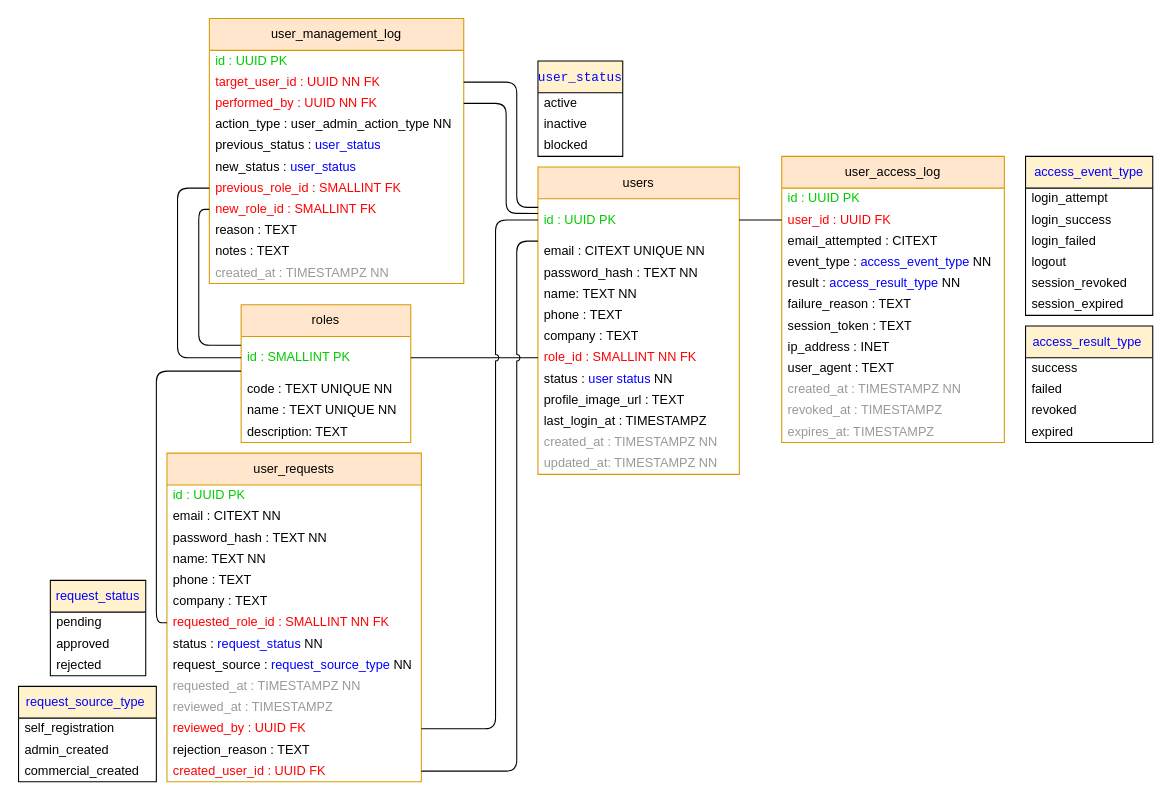
The draw.io diagram docs/docs/figures/UML/MCD/M1_BD.drawio in MadaoSurmanito/app-tfg, before the edit. Source tidied: cells renumbered, new cells numbered last; positions are measured from the earlier drawing's top-left corner, leaving out a move shared by most shapes. Both pictures are drawn from the tidied source at 106%, with x=0, y=0 at pixel (18, 18).
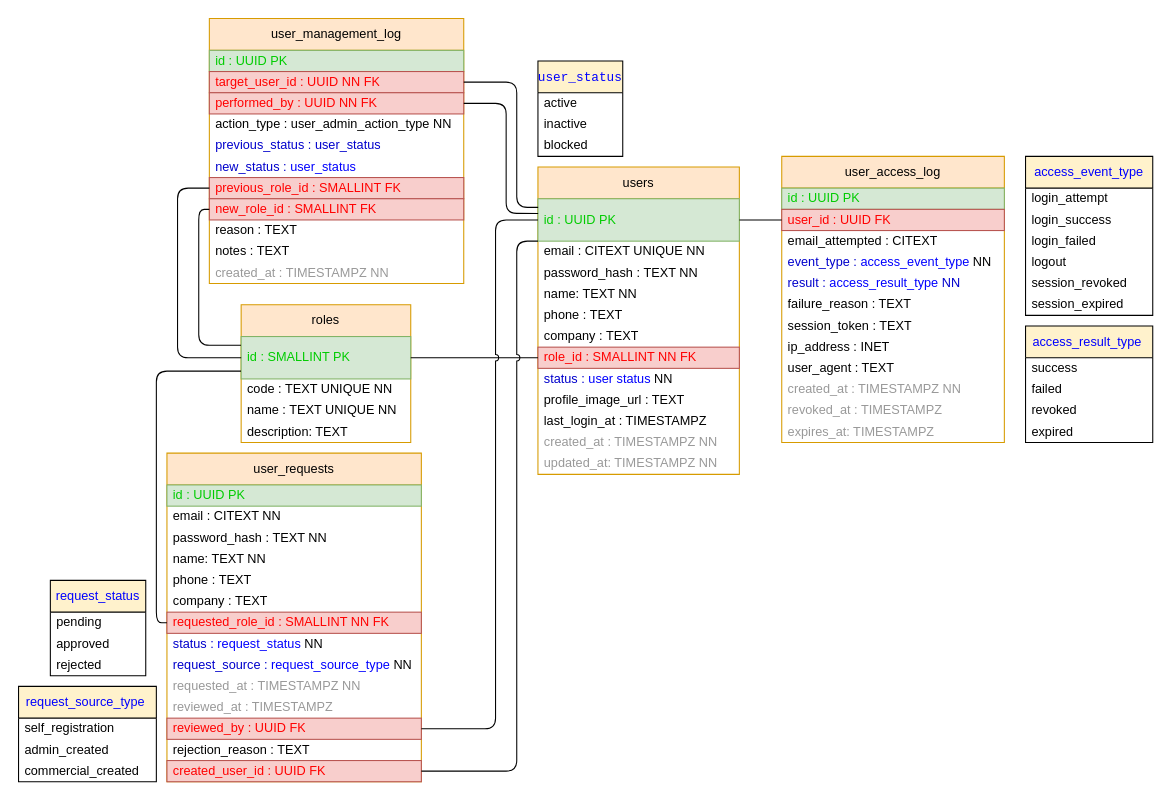
Above is the later version.

The change refers to these unchanged cells:
```xml
<mxCell id="2" value="users" style="swimlane;fontStyle=0;horizontal=1;startSize=30;whiteSpace=wrap;html=1;fillColor=#ffe6cc;strokeColor=#d79b00;" parent="1" vertex="1">
  <mxGeometry x="490" y="140" width="190" height="290" as="geometry" />
</mxCell>
<mxCell id="19" value="user_requests" style="swimlane;fontStyle=0;horizontal=1;startSize=30;whiteSpace=wrap;html=1;fillColor=#ffe6cc;strokeColor=#d79b00;" parent="1" vertex="1">
  <mxGeometry x="140" y="410" width="240" height="310" as="geometry" />
</mxCell>
<mxCell id="38" value="roles" style="swimlane;fontStyle=0;horizontal=1;startSize=30;whiteSpace=wrap;html=1;fillColor=#ffe6cc;strokeColor=#d79b00;" parent="1" vertex="1">
  <mxGeometry x="210" y="270" width="160" height="130" as="geometry" />
</mxCell>
<mxCell id="47" value="user_management_log" style="swimlane;fontStyle=0;horizontal=1;startSize=30;whiteSpace=wrap;html=1;fillColor=#ffe6cc;strokeColor=#d79b00;" parent="1" vertex="1">
  <mxGeometry x="180" width="240" height="250" as="geometry" />
</mxCell>
<mxCell id="62" value="user_access_log" style="swimlane;fontStyle=0;horizontal=1;startSize=30;whiteSpace=wrap;html=1;fillColor=#ffe6cc;strokeColor=#d79b00;" parent="1" vertex="1">
  <mxGeometry x="720" y="130" width="210" height="270" as="geometry" />
</mxCell>
```

What changed in the source:
```diff
@@
-    <mxCell id="3" value="&lt;font color=&quot;#00cc00&quot;&gt;id : UUID PK&lt;/font&gt;" style="text;strokeColor=none;fillColor=none;align=left;verticalAlign=middle;spacingLeft=4;spacingRight=4;overflow=hidden;points=[[0,0.5],[1,0.5]];portConstraint=eastwest;whiteSpace=wrap;html=1;" parent="2" vertex="1">
+    <mxCell id="3" value="&lt;font color=&quot;#00cc00&quot;&gt;id : UUID PK&lt;/font&gt;" style="text;strokeColor=#82b366;fillColor=#d5e8d4;align=left;verticalAlign=middle;spacingLeft=4;spacingRight=4;overflow=hidden;points=[[0,0.5],[1,0.5]];portConstraint=eastwest;whiteSpace=wrap;html=1;" parent="2" vertex="1">
       <mxGeometry y="30" width="190" height="40" as="geometry" />
     </mxCell>
@@
-    <mxCell id="9" value="&lt;font color=&quot;#ff0000&quot;&gt;role_id : SMALLINT NN FK&lt;/font&gt;" style="text;strokeColor=none;fillColor=none;align=left;verticalAlign=middle;spacingLeft=4;spacingRight=4;overflow=hidden;points=[[0,0.5],[1,0.5]];portConstraint=eastwest;whiteSpace=wrap;html=1;" parent="2" vertex="1">
+    <mxCell id="9" value="&lt;font color=&quot;#ff0000&quot;&gt;role_id : SMALLINT NN FK&lt;/font&gt;" style="text;strokeColor=#b85450;fillColor=#f8cecc;align=left;verticalAlign=middle;spacingLeft=4;spacingRight=4;overflow=hidden;points=[[0,0.5],[1,0.5]];portConstraint=eastwest;whiteSpace=wrap;html=1;" parent="2" vertex="1">
       <mxGeometry y="170" width="190" height="20" as="geometry" />
     </mxCell>
-    <mxCell id="10" value="status :&amp;nbsp;&lt;span style=&quot;color: rgb(0, 0, 255);&quot;&gt;user status&lt;/span&gt;&amp;nbsp;&lt;span style=&quot;color: rgb(0, 0, 0); text-align: center;&quot;&gt;NN&lt;/span&gt;" style="text;strokeColor=none;fillColor=none;align=left;verticalAlign=middle;spacingLeft=4;spacingRight=4;overflow=hidden;whiteSpace=wrap;html=1;" parent="2" vertex="1">
+    <mxCell id="10" value="&lt;font style=&quot;color: rgb(0, 0, 204);&quot;&gt;status :&amp;nbsp;&lt;span style=&quot;color: rgb(0, 0, 255);&quot;&gt;user status&lt;/span&gt;&amp;nbsp;&lt;span style=&quot;text-align: center; color: rgb(0, 0, 0);&quot;&gt;NN&lt;/span&gt;&lt;/font&gt;" style="text;strokeColor=none;fillColor=none;align=left;verticalAlign=middle;spacingLeft=4;spacingRight=4;overflow=hidden;whiteSpace=wrap;html=1;" parent="2" vertex="1">
       <mxGeometry y="190" width="190" height="20" as="geometry" />
     </mxCell>
@@
-    <mxCell id="20" value="&lt;font color=&quot;#00cc00&quot;&gt;&lt;span style=&quot;color: rgb(0, 204, 0);&quot;&gt;id&amp;nbsp;&lt;/span&gt;: UUID PK&lt;/font&gt;" style="text;strokeColor=none;fillColor=none;align=left;verticalAlign=middle;spacingLeft=4;spacingRight=4;overflow=hidden;whiteSpace=wrap;html=1;" parent="19" vertex="1">
+    <mxCell id="20" value="&lt;font color=&quot;#00cc00&quot;&gt;&lt;span style=&quot;color: rgb(0, 204, 0);&quot;&gt;id&amp;nbsp;&lt;/span&gt;: UUID PK&lt;/font&gt;" style="text;strokeColor=#82b366;fillColor=#d5e8d4;align=left;verticalAlign=middle;spacingLeft=4;spacingRight=4;overflow=hidden;whiteSpace=wrap;html=1;" parent="19" vertex="1">
       <mxGeometry y="30" width="240" height="20" as="geometry" />
     </mxCell>
@@
-    <mxCell id="26" value="&lt;font color=&quot;#ff0000&quot;&gt;requested_role_id&amp;nbsp;: SMALLINT NN FK&lt;/font&gt;" style="text;strokeColor=none;fillColor=none;align=left;verticalAlign=middle;spacingLeft=4;spacingRight=4;overflow=hidden;points=[[0,0.5],[1,0.5]];portConstraint=eastwest;whiteSpace=wrap;html=1;" parent="19" vertex="1">
+    <mxCell id="26" value="&lt;font color=&quot;#ff0000&quot;&gt;requested_role_id&amp;nbsp;: SMALLINT NN FK&lt;/font&gt;" style="text;strokeColor=#b85450;fillColor=#f8cecc;align=left;verticalAlign=middle;spacingLeft=4;spacingRight=4;overflow=hidden;points=[[0,0.5],[1,0.5]];portConstraint=eastwest;whiteSpace=wrap;html=1;" parent="19" vertex="1">
       <mxGeometry y="150" width="240" height="20" as="geometry" />
     </mxCell>
-    <mxCell id="27" value="status :&amp;nbsp;&lt;span style=&quot;text-align: center; color: rgb(0, 0, 0);&quot;&gt;&lt;font style=&quot;color: rgb(0, 0, 255);&quot;&gt;request_status &lt;/font&gt;&lt;/span&gt;&lt;span style=&quot;color: rgb(0, 0, 0); text-align: center;&quot;&gt;NN&lt;/span&gt;" style="text;strokeColor=none;fillColor=none;align=left;verticalAlign=middle;spacingLeft=4;spacingRight=4;overflow=hidden;whiteSpace=wrap;html=1;" parent="19" vertex="1">
+    <mxCell id="27" value="&lt;font style=&quot;color: rgb(0, 0, 204);&quot;&gt;status :&amp;nbsp;&lt;span style=&quot;text-align: center; color: rgb(0, 0, 0);&quot;&gt;&lt;font style=&quot;color: rgb(0, 0, 255);&quot;&gt;request_status &lt;/font&gt;&lt;/span&gt;&lt;span style=&quot;text-align: center; color: rgb(0, 0, 0);&quot;&gt;NN&lt;/span&gt;&lt;/font&gt;" style="text;strokeColor=none;fillColor=none;align=left;verticalAlign=middle;spacingLeft=4;spacingRight=4;overflow=hidden;whiteSpace=wrap;html=1;" parent="19" vertex="1">
       <mxGeometry y="170" width="240" height="20" as="geometry" />
     </mxCell>
-    <mxCell id="28" value="request_source : &lt;font style=&quot;color: rgb(0, 0, 255);&quot;&gt;request_source_type&amp;nbsp;&lt;/font&gt;&lt;span style=&quot;color: rgb(0, 0, 0); text-align: center;&quot;&gt;NN&lt;/span&gt;" style="text;strokeColor=none;fillColor=none;align=left;verticalAlign=middle;spacingLeft=4;spacingRight=4;overflow=hidden;whiteSpace=wrap;html=1;" parent="19" vertex="1">
+    <mxCell id="28" value="&lt;font style=&quot;color: rgb(0, 0, 204);&quot;&gt;request_source : &lt;font style=&quot;color: rgb(0, 0, 255);&quot;&gt;request_source_type&amp;nbsp;&lt;/font&gt;&lt;span style=&quot;text-align: center; color: rgb(0, 0, 0);&quot;&gt;NN&lt;/span&gt;&lt;/font&gt;" style="text;strokeColor=none;fillColor=none;align=left;verticalAlign=middle;spacingLeft=4;spacingRight=4;overflow=hidden;whiteSpace=wrap;html=1;" parent="19" vertex="1">
       <mxGeometry y="190" width="240" height="20" as="geometry" />
     </mxCell>
@@
-    <mxCell id="31" value="&lt;font color=&quot;#ff0000&quot;&gt;reviewed_by : UUID FK&lt;/font&gt;" style="text;strokeColor=none;fillColor=none;align=left;verticalAlign=middle;spacingLeft=4;spacingRight=4;overflow=hidden;points=[[0,0.5],[1,0.5]];portConstraint=eastwest;whiteSpace=wrap;html=1;" parent="19" vertex="1">
+    <mxCell id="31" value="&lt;font color=&quot;#ff0000&quot;&gt;reviewed_by : UUID FK&lt;/font&gt;" style="text;strokeColor=#b85450;fillColor=#f8cecc;align=left;verticalAlign=middle;spacingLeft=4;spacingRight=4;overflow=hidden;points=[[0,0.5],[1,0.5]];portConstraint=eastwest;whiteSpace=wrap;html=1;" parent="19" vertex="1">
       <mxGeometry y="250" width="240" height="20" as="geometry" />
     </mxCell>
@@
-    <mxCell id="33" value="&lt;font color=&quot;#ff0000&quot;&gt;created_user_id : UUID FK&lt;/font&gt;" style="text;strokeColor=none;fillColor=none;align=left;verticalAlign=middle;spacingLeft=4;spacingRight=4;overflow=hidden;points=[[0,0.5],[1,0.5]];portConstraint=eastwest;whiteSpace=wrap;html=1;" parent="19" vertex="1">
+    <mxCell id="33" value="&lt;font color=&quot;#ff0000&quot;&gt;created_user_id : UUID FK&lt;/font&gt;" style="text;strokeColor=#b85450;fillColor=#f8cecc;align=left;verticalAlign=middle;spacingLeft=4;spacingRight=4;overflow=hidden;points=[[0,0.5],[1,0.5]];portConstraint=eastwest;whiteSpace=wrap;html=1;" parent="19" vertex="1">
       <mxGeometry y="290" width="240" height="20" as="geometry" />
     </mxCell>
@@
-    <mxCell id="39" value="&lt;font color=&quot;#00cc00&quot;&gt;id : SMALLINT PK&lt;/font&gt;" style="text;strokeColor=none;fillColor=none;align=left;verticalAlign=middle;spacingLeft=4;spacingRight=4;overflow=hidden;points=[[0,0.5],[1,0.5]];portConstraint=eastwest;whiteSpace=wrap;html=1;" parent="38" vertex="1">
+    <mxCell id="39" value="&lt;font color=&quot;#00cc00&quot;&gt;id : SMALLINT PK&lt;/font&gt;" style="text;strokeColor=#82b366;fillColor=#d5e8d4;align=left;verticalAlign=middle;spacingLeft=4;spacingRight=4;overflow=hidden;points=[[0,0.5],[1,0.5]];portConstraint=eastwest;whiteSpace=wrap;html=1;" parent="38" vertex="1">
       <mxGeometry y="30" width="160" height="40" as="geometry" />
     </mxCell>
@@
-    <mxCell id="48" value="&lt;font color=&quot;#00cc00&quot;&gt;id : UUID PK&lt;/font&gt;" style="text;strokeColor=none;fillColor=none;align=left;verticalAlign=middle;spacingLeft=4;spacingRight=4;overflow=hidden;whiteSpace=wrap;html=1;" parent="47" vertex="1">
+    <mxCell id="48" value="&lt;font color=&quot;#00cc00&quot;&gt;id : UUID PK&lt;/font&gt;" style="text;strokeColor=#82b366;fillColor=#d5e8d4;align=left;verticalAlign=middle;spacingLeft=4;spacingRight=4;overflow=hidden;whiteSpace=wrap;html=1;" parent="47" vertex="1">
       <mxGeometry y="30" width="240" height="20" as="geometry" />
     </mxCell>
-    <mxCell id="49" value="&lt;font color=&quot;#ff0000&quot;&gt;target_user_id : UUID NN FK&lt;/font&gt;" style="text;strokeColor=none;fillColor=none;align=left;verticalAlign=middle;spacingLeft=4;spacingRight=4;overflow=hidden;points=[[0,0.5],[1,0.5]];portConstraint=eastwest;whiteSpace=wrap;html=1;" parent="47" vertex="1">
+    <mxCell id="49" value="&lt;font color=&quot;#ff0000&quot;&gt;target_user_id : UUID NN FK&lt;/font&gt;" style="text;strokeColor=#b85450;fillColor=#f8cecc;align=left;verticalAlign=middle;spacingLeft=4;spacingRight=4;overflow=hidden;points=[[0,0.5],[1,0.5]];portConstraint=eastwest;whiteSpace=wrap;html=1;" parent="47" vertex="1">
       <mxGeometry y="50" width="240" height="20" as="geometry" />
     </mxCell>
-    <mxCell id="50" value="&lt;font color=&quot;#ff0000&quot;&gt;performed_by : UUID NN FK&lt;/font&gt;" style="text;strokeColor=none;fillColor=none;align=left;verticalAlign=middle;spacingLeft=4;spacingRight=4;overflow=hidden;points=[[0,0.5],[1,0.5]];portConstraint=eastwest;whiteSpace=wrap;html=1;" parent="47" vertex="1">
+    <mxCell id="50" value="&lt;font color=&quot;#ff0000&quot;&gt;performed_by : UUID NN FK&lt;/font&gt;" style="text;strokeColor=#b85450;fillColor=#f8cecc;align=left;verticalAlign=middle;spacingLeft=4;spacingRight=4;overflow=hidden;points=[[0,0.5],[1,0.5]];portConstraint=eastwest;whiteSpace=wrap;html=1;" parent="47" vertex="1">
       <mxGeometry y="70" width="240" height="20" as="geometry" />
     </mxCell>
@@
-    <mxCell id="52" value="previous_status : &lt;font color=&quot;#0000ff&quot;&gt;user_status&lt;/font&gt;" style="text;strokeColor=none;fillColor=none;align=left;verticalAlign=middle;spacingLeft=4;spacingRight=4;overflow=hidden;whiteSpace=wrap;html=1;" parent="47" vertex="1">
+    <mxCell id="52" value="&lt;font&gt;&lt;font style=&quot;color: rgb(0, 0, 204);&quot;&gt;previous_status : &lt;/font&gt;&lt;font style=&quot;color: rgb(0, 0, 204);&quot;&gt;user_status&lt;/font&gt;&lt;/font&gt;" style="text;strokeColor=none;fillColor=none;align=left;verticalAlign=middle;spacingLeft=4;spacingRight=4;overflow=hidden;whiteSpace=wrap;html=1;" parent="47" vertex="1">
       <mxGeometry y="110" width="240" height="20" as="geometry" />
     </mxCell>
-    <mxCell id="53" value="new_status :&amp;nbsp;&lt;span style=&quot;color: rgb(0, 0, 255);&quot;&gt;user_status&lt;/span&gt;" style="text;strokeColor=none;fillColor=none;align=left;verticalAlign=middle;spacingLeft=4;spacingRight=4;overflow=hidden;whiteSpace=wrap;html=1;" parent="47" vertex="1">
+    <mxCell id="53" value="&lt;font style=&quot;color: rgb(0, 0, 204);&quot;&gt;new_status :&amp;nbsp;&lt;span style=&quot;color: rgb(0, 0, 255);&quot;&gt;user_status&lt;/span&gt;&lt;/font&gt;" style="text;strokeColor=none;fillColor=none;align=left;verticalAlign=middle;spacingLeft=4;spacingRight=4;overflow=hidden;whiteSpace=wrap;html=1;" parent="47" vertex="1">
       <mxGeometry y="130" width="240" height="20" as="geometry" />
     </mxCell>
-    <mxCell id="54" value="&lt;font color=&quot;#ff0000&quot;&gt;previous_role_id : SMALLINT FK&lt;/font&gt;" style="text;strokeColor=none;fillColor=none;align=left;verticalAlign=middle;spacingLeft=4;spacingRight=4;overflow=hidden;points=[[0,0.5],[1,0.5]];portConstraint=eastwest;whiteSpace=wrap;html=1;" parent="47" vertex="1">
+    <mxCell id="54" value="&lt;font color=&quot;#ff0000&quot;&gt;previous_role_id : SMALLINT FK&lt;/font&gt;" style="text;strokeColor=#b85450;fillColor=#f8cecc;align=left;verticalAlign=middle;spacingLeft=4;spacingRight=4;overflow=hidden;points=[[0,0.5],[1,0.5]];portConstraint=eastwest;whiteSpace=wrap;html=1;" parent="47" vertex="1">
       <mxGeometry y="150" width="240" height="20" as="geometry" />
     </mxCell>
-    <mxCell id="55" value="&lt;font color=&quot;#ff0000&quot;&gt;new_role_id : SMALLINT FK&lt;/font&gt;" style="text;strokeColor=none;fillColor=none;align=left;verticalAlign=middle;spacingLeft=4;spacingRight=4;overflow=hidden;points=[[0,0.5],[1,0.5]];portConstraint=eastwest;whiteSpace=wrap;html=1;" parent="47" vertex="1">
+    <mxCell id="55" value="&lt;font color=&quot;#ff0000&quot;&gt;new_role_id : SMALLINT FK&lt;/font&gt;" style="text;strokeColor=#b85450;fillColor=#f8cecc;align=left;verticalAlign=middle;spacingLeft=4;spacingRight=4;overflow=hidden;points=[[0,0.5],[1,0.5]];portConstraint=eastwest;whiteSpace=wrap;html=1;" parent="47" vertex="1">
       <mxGeometry y="170" width="240" height="20" as="geometry" />
     </mxCell>
@@
-    <mxCell id="63" value="&lt;font color=&quot;#00cc00&quot;&gt;id : UUID PK&lt;/font&gt;" style="text;strokeColor=none;fillColor=none;align=left;verticalAlign=middle;spacingLeft=4;spacingRight=4;overflow=hidden;whiteSpace=wrap;html=1;" parent="62" vertex="1">
+    <mxCell id="63" value="&lt;font color=&quot;#00cc00&quot;&gt;id : UUID PK&lt;/font&gt;" style="text;strokeColor=#82b366;fillColor=#d5e8d4;align=left;verticalAlign=middle;spacingLeft=4;spacingRight=4;overflow=hidden;whiteSpace=wrap;html=1;" parent="62" vertex="1">
       <mxGeometry y="30" width="210" height="20" as="geometry" />
     </mxCell>
-    <mxCell id="64" value="&lt;font style=&quot;color: rgb(255, 0, 0);&quot;&gt;user_id : UUID FK&lt;/font&gt;" style="text;strokeColor=none;fillColor=none;align=left;verticalAlign=middle;spacingLeft=4;spacingRight=4;overflow=hidden;points=[[0,0.5],[1,0.5]];portConstraint=eastwest;whiteSpace=wrap;html=1;" parent="62" vertex="1">
+    <mxCell id="64" value="&lt;font style=&quot;color: rgb(255, 0, 0);&quot;&gt;user_id : UUID FK&lt;/font&gt;" style="text;strokeColor=#b85450;fillColor=#f8cecc;align=left;verticalAlign=middle;spacingLeft=4;spacingRight=4;overflow=hidden;points=[[0,0.5],[1,0.5]];portConstraint=eastwest;whiteSpace=wrap;html=1;" parent="62" vertex="1">
       <mxGeometry y="50" width="210" height="20" as="geometry" />
     </mxCell>
@@
-    <mxCell id="66" value="event_type : &lt;font style=&quot;color: rgb(0, 0, 255);&quot;&gt;access_event_type &lt;/font&gt;&lt;font style=&quot;color: rgb(0, 0, 0);&quot;&gt;NN&lt;/font&gt;" style="text;strokeColor=none;fillColor=none;align=left;verticalAlign=middle;spacingLeft=4;spacingRight=4;overflow=hidden;whiteSpace=wrap;html=1;" parent="62" vertex="1">
+    <mxCell id="66" value="&lt;font style=&quot;color: rgb(0, 0, 204);&quot;&gt;event_type : &lt;font style=&quot;color: rgb(0, 0, 255);&quot;&gt;access_event_type &lt;/font&gt;&lt;font style=&quot;color: rgb(0, 0, 0);&quot;&gt;NN&lt;/font&gt;&lt;/font&gt;" style="text;strokeColor=none;fillColor=none;align=left;verticalAlign=middle;spacingLeft=4;spacingRight=4;overflow=hidden;whiteSpace=wrap;html=1;" parent="62" vertex="1">
       <mxGeometry y="90" width="210" height="20" as="geometry" />
     </mxCell>
-    <mxCell id="67" value="result :&amp;nbsp;&lt;span style=&quot;color: rgb(0, 0, 255);&quot;&gt;access_result_type&amp;nbsp;&lt;/span&gt;NN" style="text;strokeColor=none;fillColor=none;align=left;verticalAlign=middle;spacingLeft=4;spacingRight=4;overflow=hidden;whiteSpace=wrap;html=1;" parent="62" vertex="1">
+    <mxCell id="67" value="&lt;font style=&quot;color: rgb(0, 0, 204);&quot;&gt;result :&amp;nbsp;&lt;span style=&quot;color: rgb(0, 0, 255);&quot;&gt;access_result_type&amp;nbsp;&lt;/span&gt;NN&lt;/font&gt;" style="text;strokeColor=none;fillColor=none;align=left;verticalAlign=middle;spacingLeft=4;spacingRight=4;overflow=hidden;whiteSpace=wrap;html=1;" parent="62" vertex="1">
       <mxGeometry y="110" width="210" height="20" as="geometry" />
     </mxCell>
```
